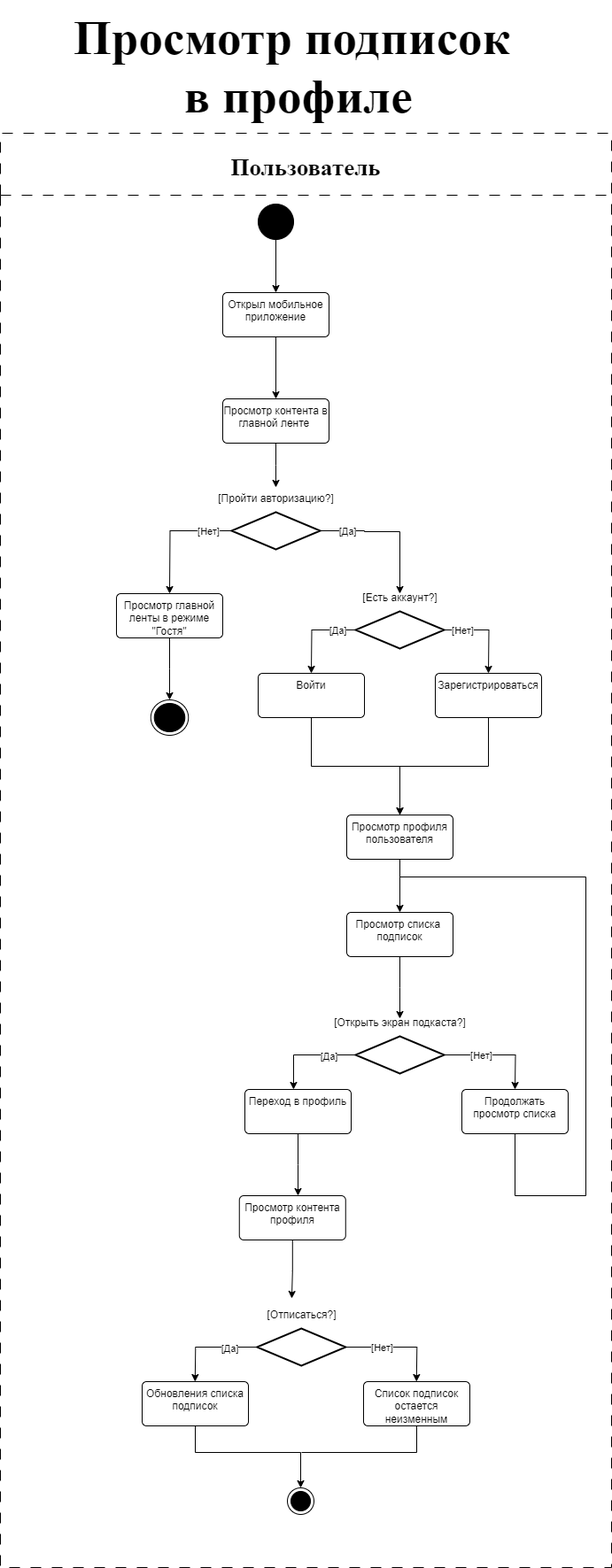
The draw.io diagram diagrams/activity-subs.png in SazonovAlexander/9.1-TikTalk, before a commit. Source tidied: cells renumbered, new cells last; positions are measured from the earlier drawing's top-left corner, leaving out a move shared by most shapes.
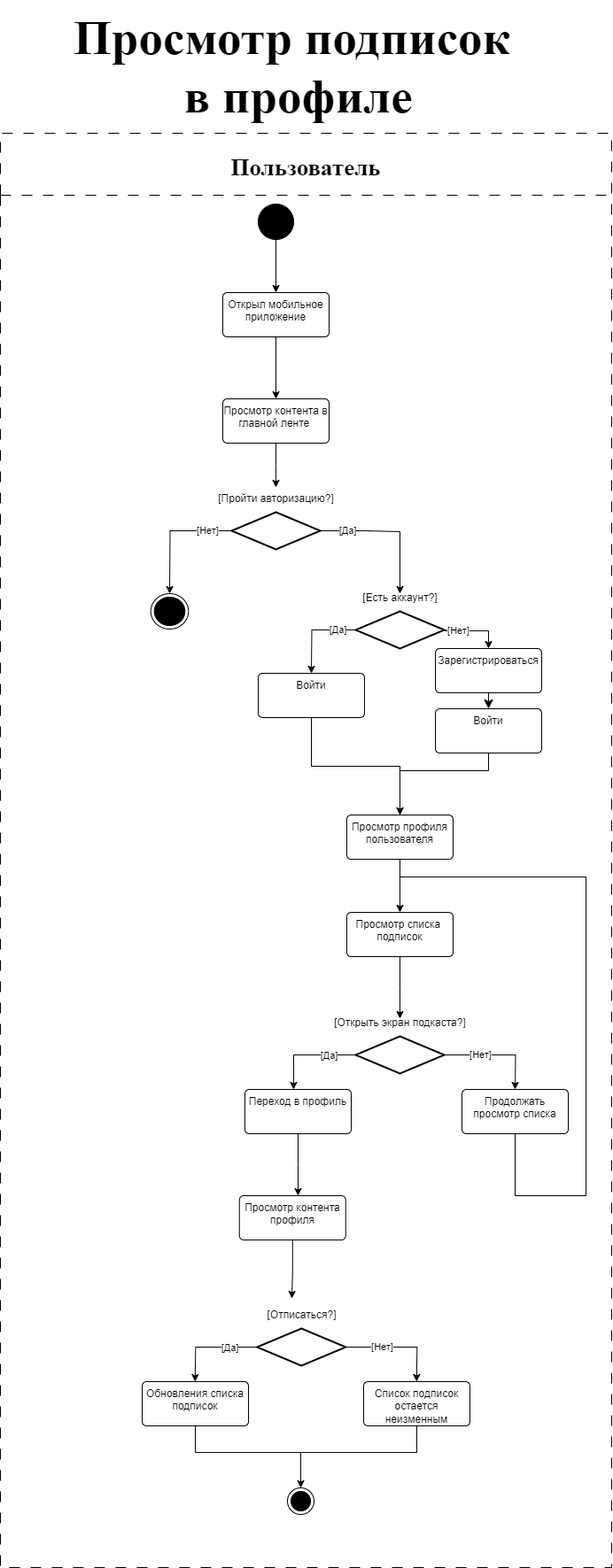
Above is the later version.

Diff of the diagram source:
```diff
@@ -51,12 +51,6 @@
     <mxCell id="13" style="strokeWidth=2;html=1;shape=mxgraph.flowchart.decision;whiteSpace=wrap;" parent="1" vertex="1">
       <mxGeometry x="261" y="578" width="100" height="42" as="geometry" />
     </mxCell>
-    <mxCell id="14" style="edgeStyle=orthogonalEdgeStyle;rounded=0;jettySize=auto;html=1;" parent="1" edge="1" source="15" target="26">
-      <mxGeometry relative="1" as="geometry" />
-    </mxCell>
-    <mxCell id="15" value="Просмотр главной ленты в режиме &quot;Гостя&quot;" style="whiteSpace=wrap;html=1;verticalAlign=top;rounded=1;arcSize=10;dashed=0;" parent="1" vertex="1">
-      <mxGeometry x="131" y="670" width="120" height="50" as="geometry" />
-    </mxCell>
     <mxCell id="16" style="edgeStyle=orthogonalEdgeStyle;rounded=0;jettySize=auto;html=1;" parent="1" edge="1" source="20">
       <mxGeometry relative="1" as="geometry">
         <mxPoint x="351" y="760" as="targetPoint" />
@@ -65,9 +59,11 @@
     <mxCell id="17" value="[Да]" style="edgeLabel;html=1;align=center;verticalAlign=middle;" parent="16" vertex="1">
       <mxGeometry x="-0.58" relative="1" as="geometry" />
     </mxCell>
-    <mxCell id="18" style="edgeStyle=orthogonalEdgeStyle;rounded=0;jettySize=auto;html=1;" parent="1" edge="1" source="20">
+    <mxCell id="18" style="edgeStyle=orthogonalEdgeStyle;rounded=0;jettySize=auto;html=1;entryX=0.5;entryY=0;entryDx=0;entryDy=0;" parent="1" edge="1" source="20" target="25">
       <mxGeometry relative="1" as="geometry">
-        <mxPoint x="551" y="760" as="targetPoint" />
+        <Array as="points">
+          <mxPoint x="551" y="712" />
+        </Array>
       </mxGeometry>
     </mxCell>
     <mxCell id="19" value="[Нет]" style="edgeLabel;html=1;align=center;verticalAlign=middle;" parent="18" vertex="1">
@@ -87,15 +83,14 @@
     <mxCell id="23" value="Войти" style="whiteSpace=wrap;html=1;verticalAlign=top;rounded=1;arcSize=10;dashed=0;" parent="1" vertex="1">
       <mxGeometry x="291" y="760" width="120" height="50" as="geometry" />
     </mxCell>
-    <mxCell id="24" style="edgeStyle=orthogonalEdgeStyle;rounded=0;jettySize=auto;html=1;entryX=0.5;entryY=0;entryDx=0;entryDy=0;" parent="1" edge="1" source="25" target="28">
-      <mxGeometry relative="1" as="geometry" />
+    <mxCell id="24" style="edgeStyle=orthogonalEdgeStyle;rounded=0;jettySize=auto;html=1;entryX=0.5;entryY=0;entryDx=0;entryDy=0;exitX=0.5;exitY=1;exitDx=0;exitDy=0;" parent="1" edge="1" source="57" target="28">
+      <mxGeometry relative="1" as="geometry">
+        <Array as="points">
+          <mxPoint x="551" y="870" />
+          <mxPoint x="451" y="870" />
+        </Array>
+      </mxGeometry>
     </mxCell>
-    <mxCell id="25" value="Зарегистрироваться" style="whiteSpace=wrap;html=1;verticalAlign=top;rounded=1;arcSize=10;dashed=0;" parent="1" vertex="1">
-      <mxGeometry x="491" y="760" width="120" height="50" as="geometry" />
-    </mxCell>
-    <mxCell id="26" style="ellipse;html=1;shape=endState;fillColor=strokeColor;" parent="1" vertex="1">
-      <mxGeometry x="169.8" y="790" width="42.5" height="40" as="geometry" />
-    </mxCell>
     <mxCell id="27" style="edgeStyle=orthogonalEdgeStyle;rounded=0;jettySize=auto;html=1;entryX=0.5;entryY=0;entryDx=0;entryDy=0;" parent="1" edge="1" source="28" target="30">
       <mxGeometry relative="1" as="geometry" />
     </mxCell>
@@ -210,6 +205,18 @@
     <mxCell id="54" style="edgeStyle=orthogonalEdgeStyle;rounded=0;jettySize=auto;html=1;entryX=0.392;entryY=-0.133;entryDx=0;entryDy=0;entryPerimeter=0;" parent="37" edge="1" source="53" target="45">
       <mxGeometry relative="1" as="geometry" />
     </mxCell>
+    <mxCell id="26" style="ellipse;html=1;shape=endState;fillColor=strokeColor;" parent="37" vertex="1">
+      <mxGeometry x="169.8" y="520" width="42.5" height="40" as="geometry" />
+    </mxCell>
+    <mxCell id="56" style="edgeStyle=none;curved=1;rounded=0;jettySize=auto;html=1;entryX=0.5;entryY=0;entryDx=0;entryDy=0;fontSize=12;startSize=8;endSize=8;" parent="37" edge="1" source="25" target="57">
+      <mxGeometry relative="1" as="geometry" />
+    </mxCell>
+    <mxCell id="25" value="Зарегистрироваться" style="whiteSpace=wrap;html=1;verticalAlign=top;rounded=1;arcSize=10;dashed=0;" parent="37" vertex="1">
+      <mxGeometry x="491" y="582" width="120" height="50" as="geometry" />
+    </mxCell>
+    <mxCell id="57" value="Войти" style="whiteSpace=wrap;html=1;verticalAlign=top;rounded=1;arcSize=10;dashed=0;" parent="37" vertex="1">
+      <mxGeometry x="491" y="650" width="120" height="50" as="geometry" />
+    </mxCell>
     <mxCell id="55" value="Просмотр подписок&amp;nbsp;&lt;br&gt;в профиле" style="text;html=1;align=center;verticalAlign=middle;strokeColor=none;fillColor=none;fontFamily=Times New Roman;fontSize=55;fontStyle=1;" parent="1" vertex="1">
       <mxGeometry x="81" width="510" height="150" as="geometry" />
     </mxCell>
```
